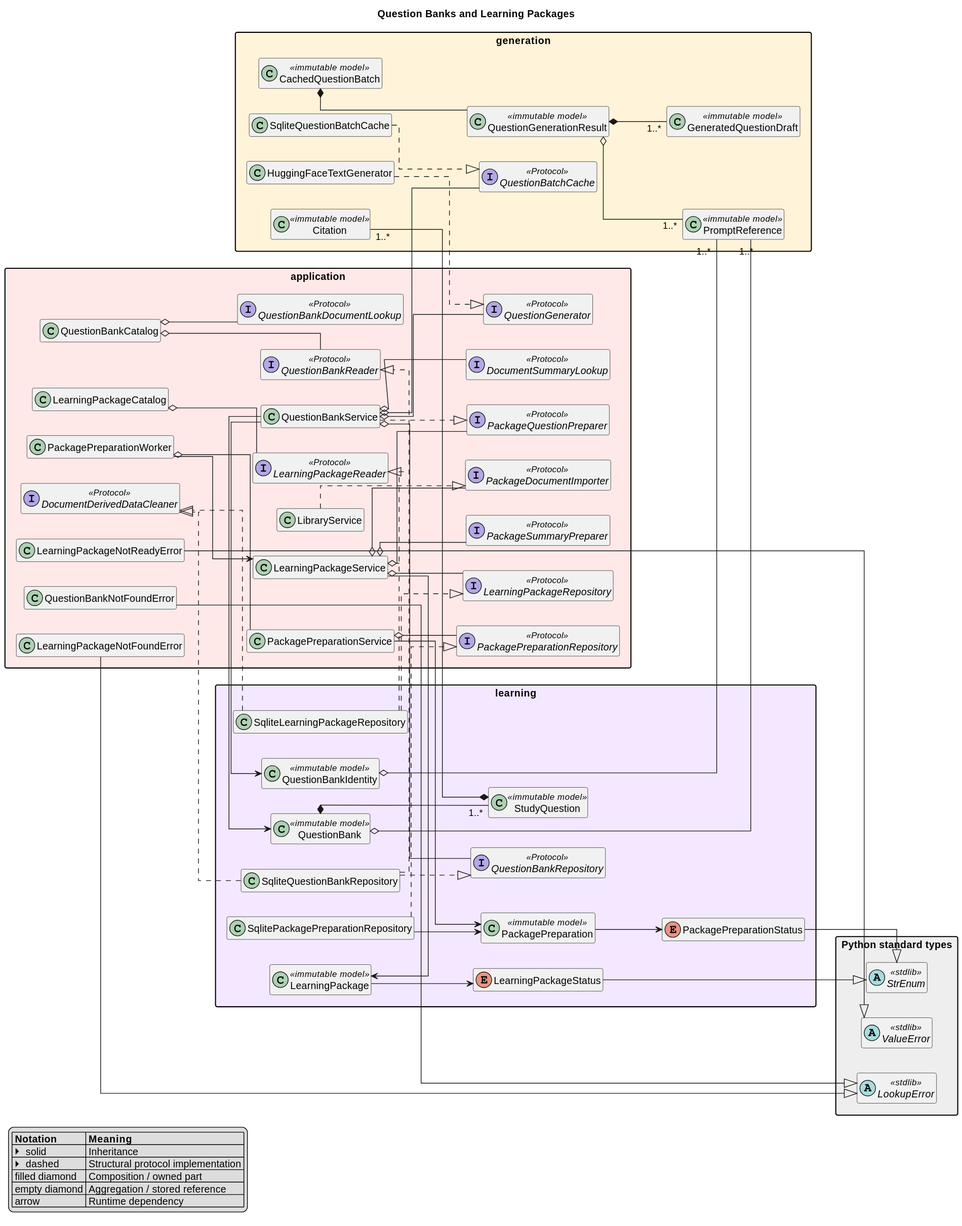
Above: docs/diagrams/question-banks-packages.svg in ebe542/rag-learning-assistant (PlantUML), before the change.
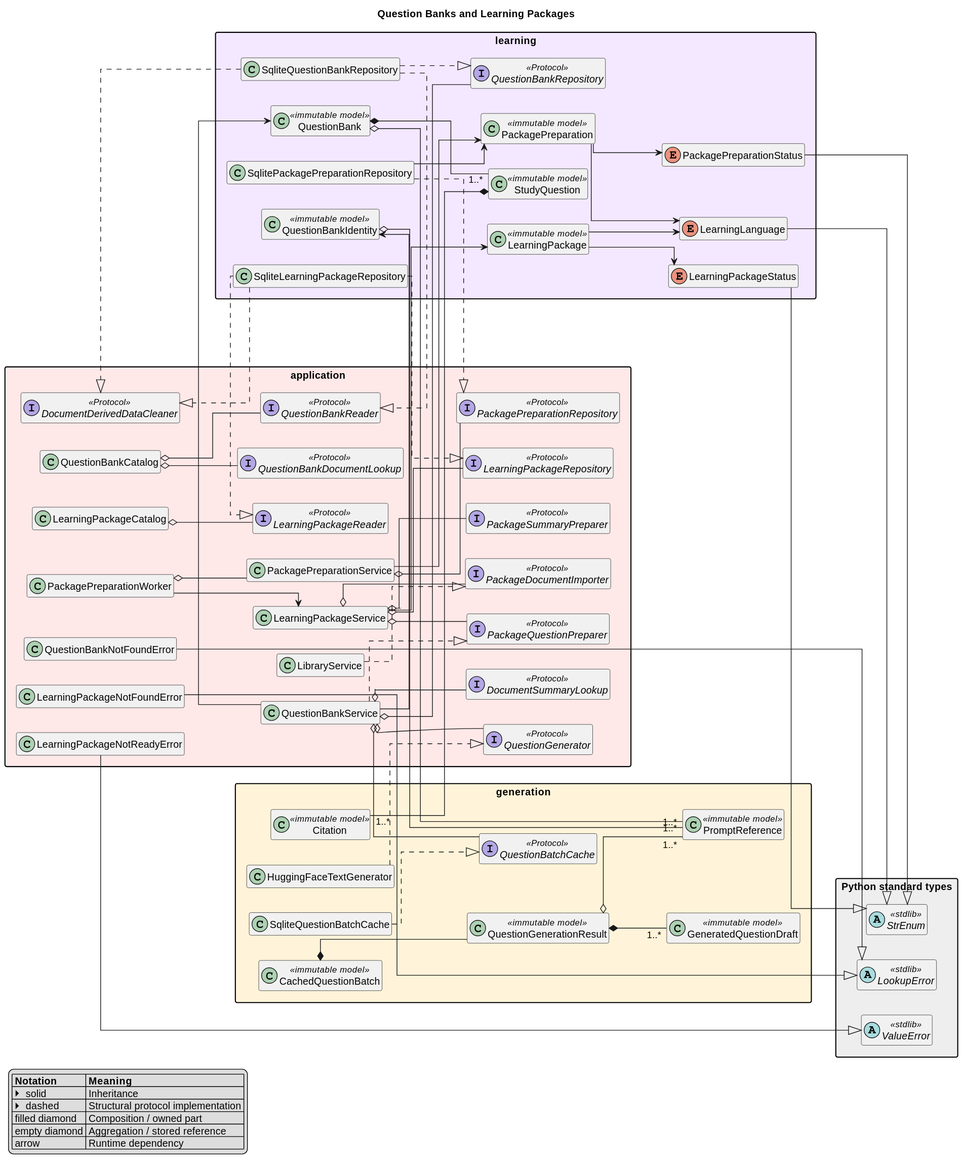
After the commit.

Diff of the diagram source:
```diff
@@ -23,6 +23,7 @@
   class StudyQuestion <<immutable model>>
   class QuestionBank <<immutable model>>
   class QuestionBankIdentity <<immutable model>>
+  enum LearningLanguage
   enum LearningPackageStatus
   class LearningPackage <<immutable model>>
   enum PackagePreparationStatus
@@ -78,7 +79,9 @@
 QuestionBankService --> QuestionBank
 QuestionBankService ..|> PackageQuestionPreparer
 LearningPackage --> LearningPackageStatus
+LearningPackage --> LearningLanguage
 PackagePreparation --> PackagePreparationStatus
+PackagePreparation --> LearningLanguage
 SqlitePackagePreparationRepository --> PackagePreparation
 SqlitePackagePreparationRepository ..|> PackagePreparationRepository
 PackagePreparationService o-- PackagePreparationRepository
@@ -96,6 +99,7 @@
 LearningPackageService --> LearningPackage
 LibraryService ..|> PackageDocumentImporter
 LearningPackageStatus --|> StrEnum
+LearningLanguage --|> StrEnum
 PackagePreparationStatus --|> StrEnum
 QuestionBankNotFoundError --|> LookupError
 LearningPackageNotFoundError --|> LookupError
```
